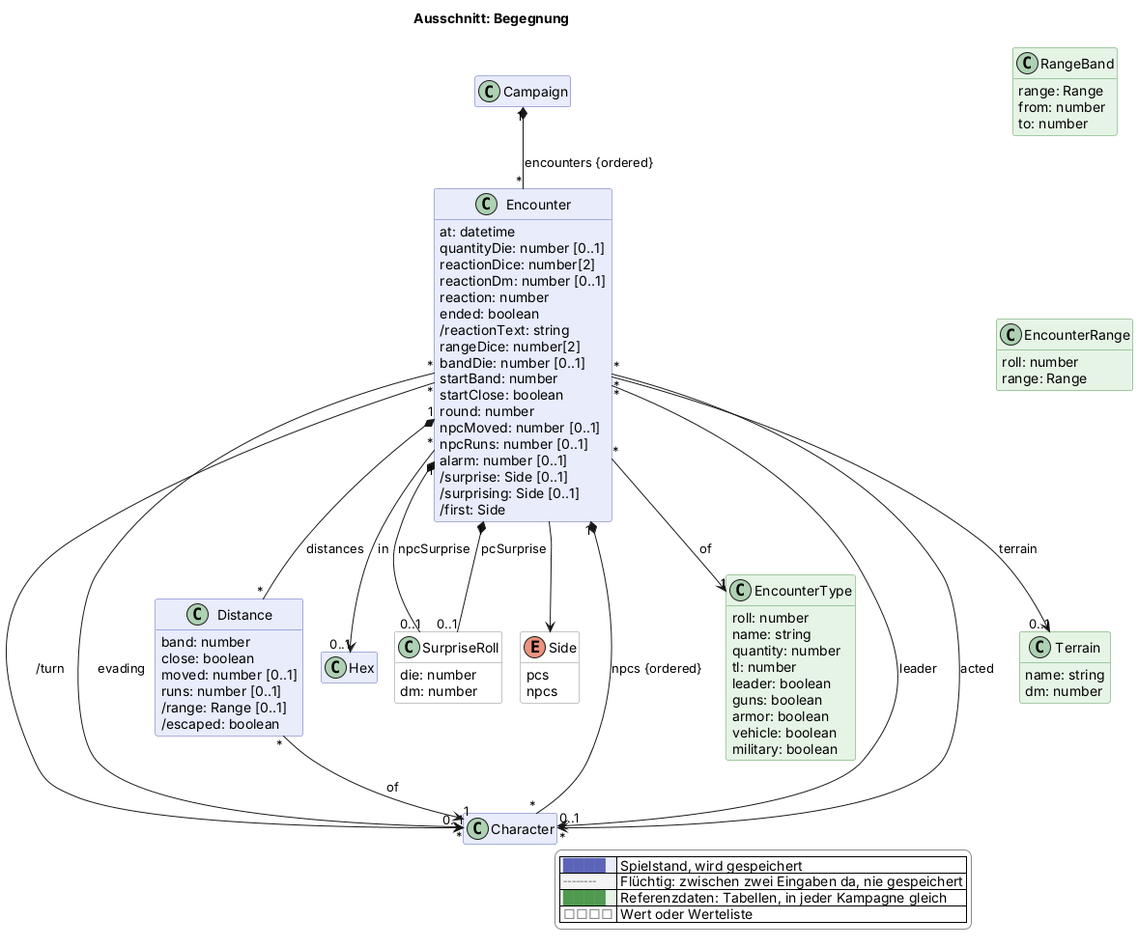
Earlier version of the PlantUML export docs/views/begegnung.png (scuzzar/SRE).
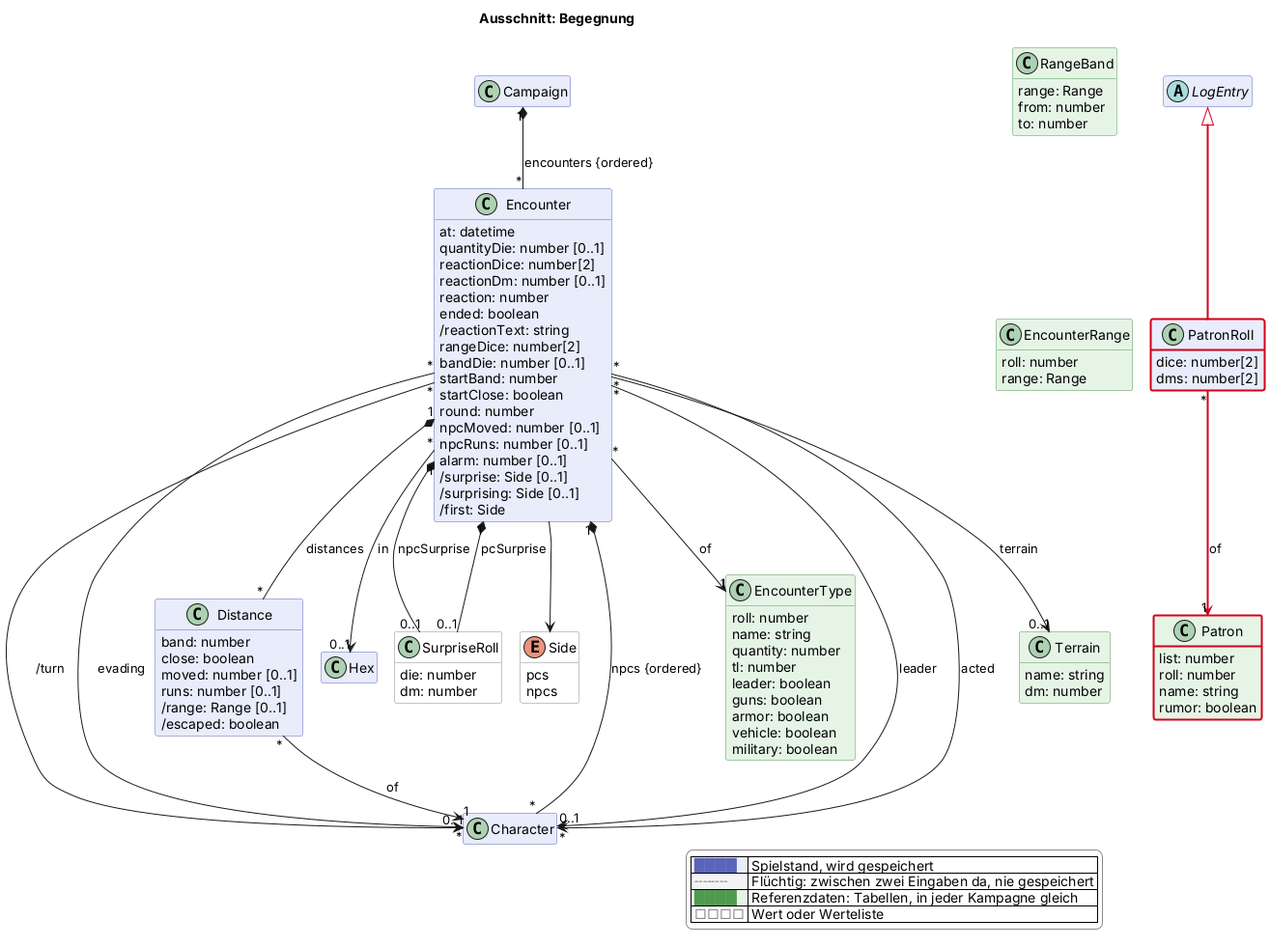
The same diagram one commit later.

Commit message:
Modell: Patron-Wurf als Logeintrag, Patron-Listen als Referenzdaten

Change to the diagram source:
```diff
@@ -72,6 +72,11 @@
 
   class Hex $sektor
 
+  abstract class LogEntry $probe
+  class PatronRoll $begegnung $newClass("2026-11-12") {
+    dice: number[2]
+    dms: number[2]
+  }
 
   class Encounter $begegnung {
     at: datetime
@@ -133,6 +138,12 @@
     vehicle: boolean
     military: boolean
   }
+  class Patron <<reference>> $begegnung $newClass("2026-11-12") {
+    list: number
+    roll: number
+    name: string
+    rumor: boolean
+  }
 
 
 
@@ -141,6 +152,8 @@
 
 
 
+LogEntry <|-$newArrow("2026-11-12")- PatronRoll
+PatronRoll "*" -$newArrow("2026-11-12")-> "1" Patron : of
 
 
 
```
